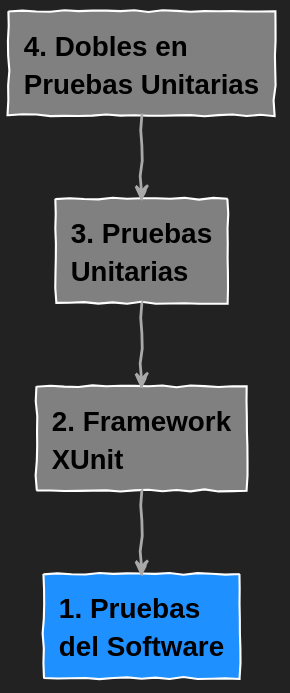
USantaTecla-0-general/3-publicaciones keeps this PlantUML diagram as USantaTecla/4-pruebas/0-itinerario/images/diagramaPruebasPruebasSoftware.svg. Above is the earlier version.
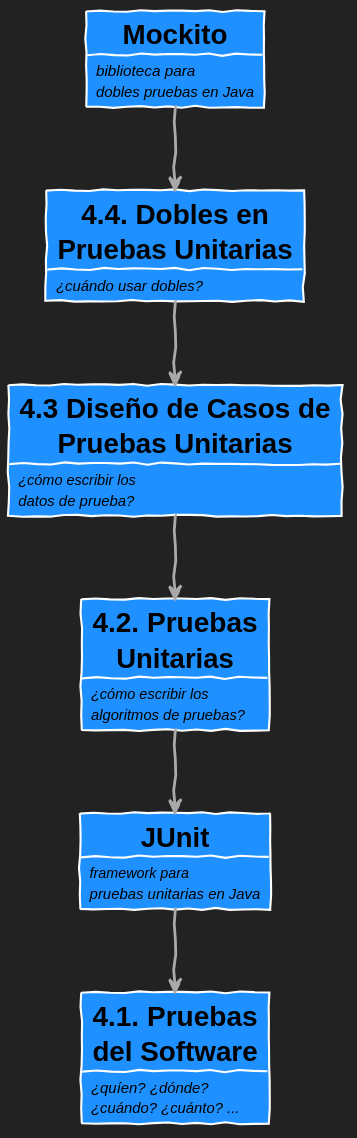
After the change.

The edit, as a diff of the source:
```diff
@@ -12,18 +12,50 @@
     FontStyle normal
     FontColor #white
 }
-skinparam rectangle {
+skinparam object {
     FontSize 20
     FontColor #Black
     BorderColor #white
 }
+skinparam note {
+    backgroundColor #555555
+    FontSize 20
+    FontColor #white
+    BorderColor #white
+}
 
-rectangle "<b>4. Dobles en</b>\n<b>Pruebas Unitarias</b>" as dobles #Gray
-rectangle "<b>3. Pruebas</b>\n<b>Unitarias</b>" as diseñoPruebas #Gray
-rectangle "<b>2. Framework</b>\n<b>XUnit</b>" as xunit #Gray
-rectangle "<b>1. Pruebas</b>\n<b>del Software</b>" as pruebas #DodgerBlue
+object "<b>Mockito</b>" as mockito #DodgerBlue {
+<i>biblioteca para</i>
+<i>dobles pruebas en Java</i>
+}
 
-dobles -down-> diseñoPruebas
-diseñoPruebas -down-> xunit
-xunit -down-> pruebas
+object "<b>4.4. Dobles en</b>\n<b>Pruebas Unitarias</b>" as dobles #DodgerBlue {
+<i>¿cuándo usar dobles?</i>
+}
+
+object "<b>4.3 Diseño de Casos de</b>\n<b>Pruebas Unitarias</b>" as diseño #DodgerBlue{
+<i>¿cómo escribir los</i>
+<i>datos de prueba?</i>
+}
+
+object "<b>4.2. Pruebas</b>\n<b>Unitarias</b>" as unitarias #DodgerBlue{
+<i>¿cómo escribir los</i>
+<i>algoritmos de pruebas?</i>
+}
+
+object "<b>JUnit</b>" as junit #DodgerBlue {
+<i>framework para</i>
+<i>pruebas unitarias en Java</i>
+}
+
+object "<b>4.1. Pruebas</b>\n<b>del Software</b>" as pruebas #DodgerBlue{
+<i>¿quíen? ¿dónde?</i>
+<i>¿cuándo? ¿cuánto? ...</i>
+}
+
+mockito -down-> dobles
+dobles -down-> diseño
+diseño -down-> unitarias
+unitarias -down-> junit
+junit -down-> pruebas
 @enduml
```
